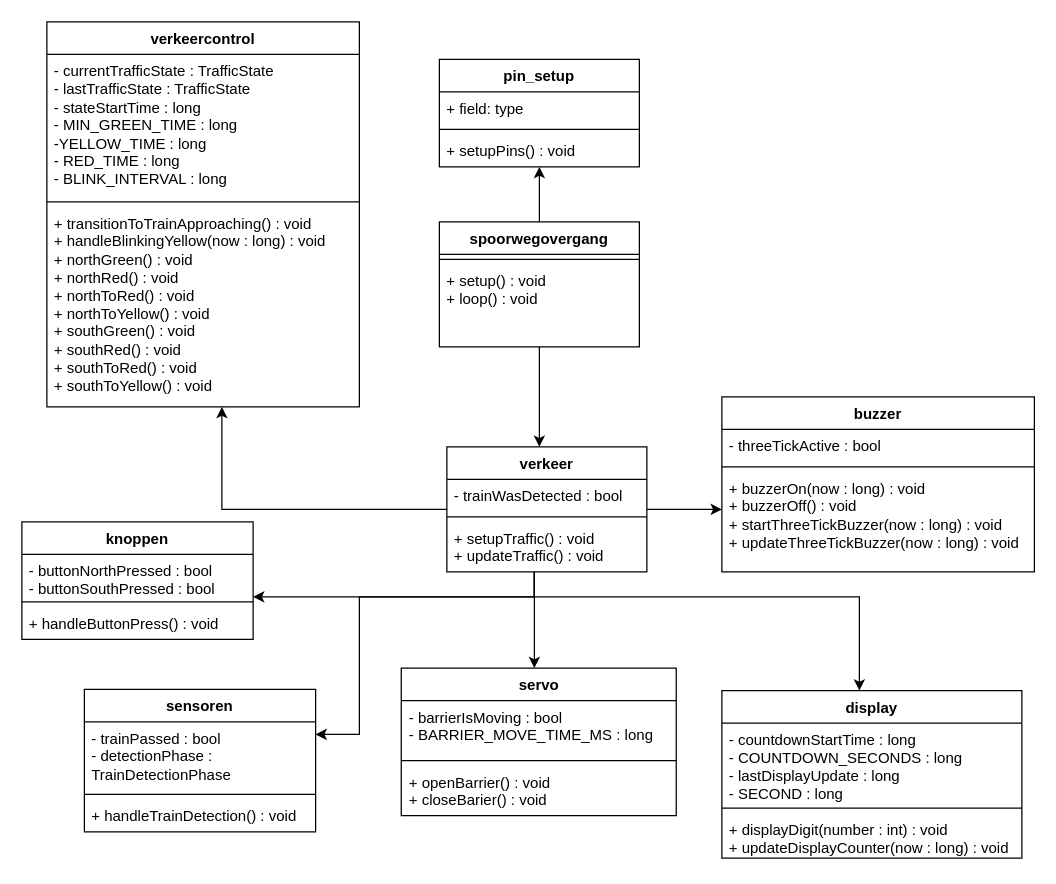
Before: TabDiagram.drawio in AramMarkarov/Spoorwegovergang, a draw.io diagram. Source tidied: cells renumbered, new cells numbered last; positions are measured from the earlier drawing's top-left corner, leaving out a move shared by most shapes. Both pictures are drawn from the tidied source at 125%, with x=0, y=0 at pixel (21, 21).
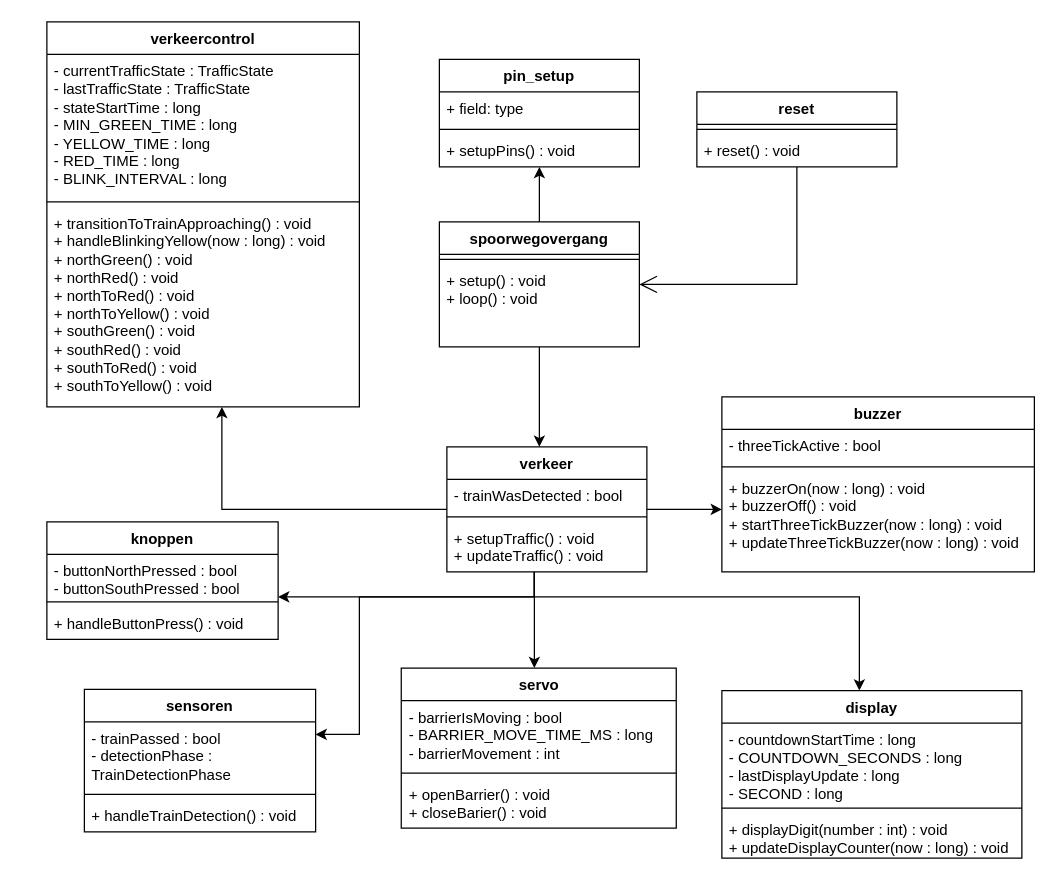
The same diagram, later.

The change refers to these unchanged cells:
```xml
<mxCell id="3" value="spoorwegovergang" style="swimlane;fontStyle=1;align=center;verticalAlign=top;horizontal=1;startSize=26;whiteSpace=wrap;html=1;" parent="1" vertex="1">
  <mxGeometry x="334" y="160" width="160" height="100" as="geometry" />
</mxCell>
<mxCell id="8" value="verkeercontrol" style="swimlane;fontStyle=1;align=center;verticalAlign=top;horizontal=1;startSize=26;whiteSpace=wrap;html=1;" parent="1" vertex="1">
  <mxGeometry x="20" width="250" height="308" as="geometry" />
</mxCell>
```

Diff of the diagram source:
```diff
@@
-    <mxCell id="9" value="- currentTrafficState : TrafficState&lt;div&gt;- lastTrafficState : TrafficState&lt;/div&gt;&lt;div&gt;- stateStartTime : long&lt;/div&gt;&lt;div&gt;- MIN_GREEN_TIME : long&lt;/div&gt;&lt;div&gt;-YELLOW_TIME : long&lt;/div&gt;&lt;div&gt;- RED_TIME : long&lt;/div&gt;&lt;div&gt;- BLINK_INTERVAL : long&lt;/div&gt;" style="text;strokeColor=none;fillColor=none;align=left;verticalAlign=top;spacingLeft=4;spacingRight=4;overflow=hidden;whiteSpace=wrap;html=1;" parent="8" vertex="1">
+    <mxCell id="9" value="- currentTrafficState : TrafficState&lt;div&gt;- lastTrafficState : TrafficState&lt;/div&gt;&lt;div&gt;- stateStartTime : long&lt;/div&gt;&lt;div&gt;- MIN_GREEN_TIME : long&lt;/div&gt;&lt;div&gt;- YELLOW_TIME : long&lt;/div&gt;&lt;div&gt;- RED_TIME : long&lt;/div&gt;&lt;div&gt;- BLINK_INTERVAL : long&lt;/div&gt;" style="text;strokeColor=none;fillColor=none;align=left;verticalAlign=top;spacingLeft=4;spacingRight=4;overflow=hidden;whiteSpace=wrap;html=1;" parent="8" vertex="1">
       <mxGeometry y="26" width="250" height="114" as="geometry" />
     </mxCell>
@@
     <mxCell id="12" value="servo" style="swimlane;fontStyle=1;align=center;verticalAlign=top;horizontal=1;startSize=26;whiteSpace=wrap;html=1;" parent="1" vertex="1">
-      <mxGeometry x="303.5" y="517" width="220" height="118" as="geometry" />
+      <mxGeometry x="303.5" y="517" width="220" height="128" as="geometry" />
     </mxCell>
-    <mxCell id="13" value="- barrierIsMoving : bool&lt;div&gt;- BARRIER_MOVE_TIME_MS : long&lt;/div&gt;" style="text;strokeColor=none;fillColor=none;align=left;verticalAlign=top;spacingLeft=4;spacingRight=4;overflow=hidden;whiteSpace=wrap;html=1;" parent="12" vertex="1">
-      <mxGeometry y="26" width="220" height="44" as="geometry" />
+    <mxCell id="13" value="- barrierIsMoving : bool&lt;div&gt;- BARRIER_MOVE_TIME_MS : long&lt;/div&gt;&lt;div&gt;- barrierMovement : int&lt;/div&gt;" style="text;strokeColor=none;fillColor=none;align=left;verticalAlign=top;spacingLeft=4;spacingRight=4;overflow=hidden;whiteSpace=wrap;html=1;" parent="12" vertex="1">
+      <mxGeometry y="26" width="220" height="54" as="geometry" />
     </mxCell>
     <mxCell id="14" style="line;strokeWidth=1;fillColor=none;align=left;verticalAlign=middle;spacingTop=-1;spacingLeft=3;spacingRight=3;labelPosition=right;strokeColor=inherit;" parent="12" vertex="1">
-      <mxGeometry y="70" width="220" height="8" as="geometry" />
+      <mxGeometry y="80" width="220" height="8" as="geometry" />
     </mxCell>
     <mxCell id="15" value="+ openBarrier() : void&lt;div&gt;+ closeBarier() : void&lt;/div&gt;" style="text;strokeColor=none;fillColor=none;align=left;verticalAlign=top;spacingLeft=4;spacingRight=4;overflow=hidden;whiteSpace=wrap;html=1;" parent="12" vertex="1">
-      <mxGeometry y="78" width="220" height="40" as="geometry" />
+      <mxGeometry y="88" width="220" height="40" as="geometry" />
     </mxCell>
@@
     <mxCell id="20" value="knoppen" style="swimlane;fontStyle=1;align=center;verticalAlign=top;horizontal=1;startSize=26;whiteSpace=wrap;html=1;" parent="1" vertex="1">
-      <mxGeometry y="400" width="185" height="94" as="geometry" />
+      <mxGeometry x="20" y="400" width="185" height="94" as="geometry" />
     </mxCell>
@@
+    <mxCell id="45" value="reset&lt;div&gt;&lt;br&gt;&lt;/div&gt;" style="swimlane;fontStyle=1;align=center;verticalAlign=top;horizontal=1;startSize=26;whiteSpace=wrap;html=1;" parent="1" vertex="1">
+      <mxGeometry x="540" y="56" width="160" height="60" as="geometry" />
+    </mxCell>
+    <mxCell id="46" style="line;strokeWidth=1;fillColor=none;align=left;verticalAlign=middle;spacingTop=-1;spacingLeft=3;spacingRight=3;labelPosition=right;strokeColor=inherit;" parent="45" vertex="1">
+      <mxGeometry y="26" width="160" height="8" as="geometry" />
+    </mxCell>
+    <mxCell id="47" value="+ reset() : void" style="text;strokeColor=none;fillColor=none;align=left;verticalAlign=top;spacingLeft=4;spacingRight=4;overflow=hidden;whiteSpace=wrap;html=1;" parent="45" vertex="1">
+      <mxGeometry y="34" width="160" height="26" as="geometry" />
+    </mxCell>
+    <mxCell id="48" style="endArrow=open;endFill=1;endSize=12;html=1;rounded=0;" parent="1" edge="1" source="45" target="3">
+      <mxGeometry relative="1" as="geometry">
+        <Array as="points">
+          <mxPoint x="620" y="210" />
+        </Array>
+      </mxGeometry>
+    </mxCell>
```
